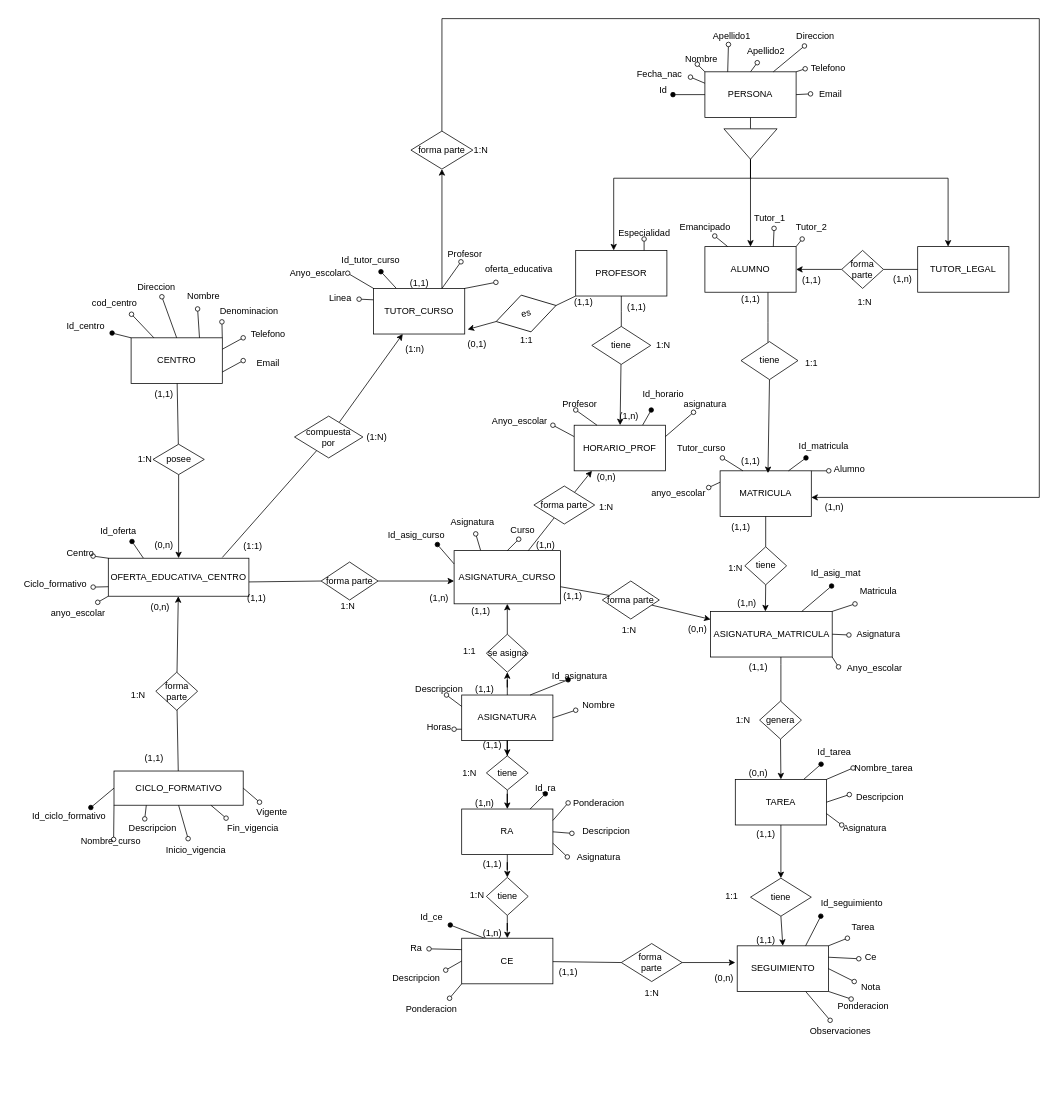
This is SENECA.drawio from Raquelfefer/SENECA, a draw.io file, before an edit. Source tidied: cells renumbered, new cells numbered last; positions are measured from the earlier drawing's top-left corner, leaving out a move shared by most shapes. Both pictures are drawn from the tidied source at 76%, with x=0, y=0 at pixel (13, 18).
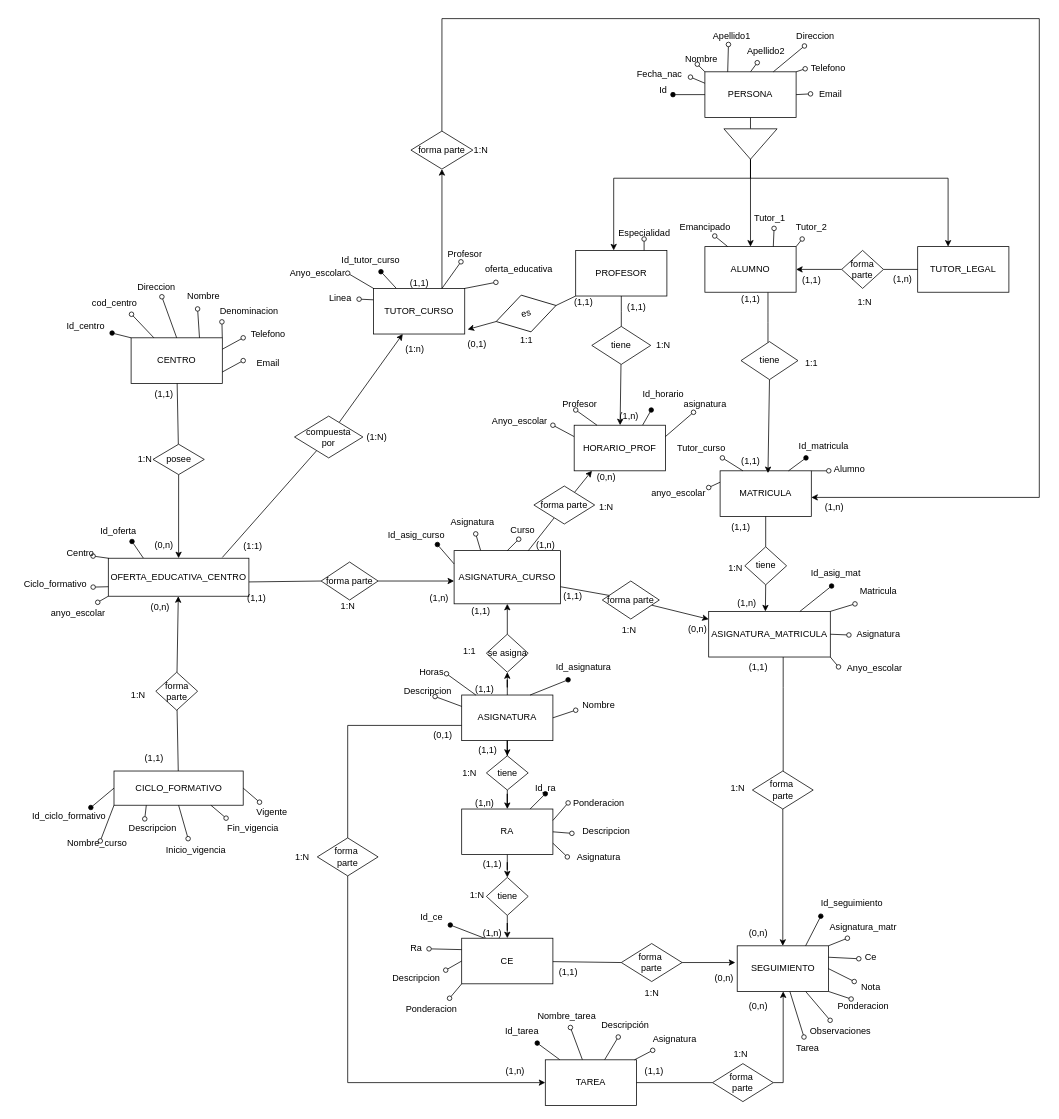
Above is the later version.

The change refers to these unchanged cells:
```xml
<mxCell id="27" value="ASIGNATURA" style="rounded=0;whiteSpace=wrap;html=1;" parent="1" vertex="1">
  <mxGeometry x="590" y="890" width="120" height="60" as="geometry" />
</mxCell>
<mxCell id="34" value="SEGUIMIENTO" style="rounded=0;whiteSpace=wrap;html=1;" parent="1" vertex="1">
  <mxGeometry x="952.5" y="1220" width="120" height="60" as="geometry" />
</mxCell>
```

The edit, as a diff of the source:
```diff
@@
+    <mxCell id="278" style="edgeStyle=orthogonalEdgeStyle;rounded=0;jettySize=auto;html=1;endArrow=classic;startFill=0;endFill=1;exitX=1;exitY=0.5;exitDx=0;exitDy=0;" parent="1" edge="1" source="285" target="34">
+      <mxGeometry relative="1" as="geometry">
+        <Array as="points">
+          <mxPoint x="1013" y="1400" />
+        </Array>
+      </mxGeometry>
+    </mxCell>
-    <mxCell id="35" style="edgeStyle=none;rounded=0;jettySize=auto;html=1;exitX=0.75;exitY=0;exitDx=0;exitDy=0;endArrow=oval;endFill=1;" parent="1" edge="1" source="36" target="205">
+    <mxCell id="35" style="rounded=0;jettySize=auto;html=1;endArrow=oval;endFill=1;" parent="1" edge="1" source="36" target="205">
       <mxGeometry relative="1" as="geometry" />
     </mxCell>
+    <mxCell id="209" style="rounded=0;jettySize=auto;html=1;endArrow=oval;endFill=0;" parent="1" edge="1" source="36" target="206">
+      <mxGeometry relative="1" as="geometry" />
+    </mxCell>
+    <mxCell id="279" style="rounded=0;jettySize=auto;html=1;endArrow=oval;endFill=0;" parent="1" edge="1" source="36" target="286">
+      <mxGeometry relative="1" as="geometry" />
+    </mxCell>
+    <mxCell id="280" style="edgeStyle=orthogonalEdgeStyle;rounded=0;jettySize=auto;html=1;endArrow=none;startFill=0;startArrow=none;" parent="1" edge="1" source="295" target="27">
+      <mxGeometry relative="1" as="geometry">
+        <Array as="points">
+          <mxPoint x="440" y="930" />
+        </Array>
+      </mxGeometry>
+    </mxCell>
     <mxCell id="36" value="TAREA" style="rounded=0;whiteSpace=wrap;html=1;" parent="1" vertex="1">
-      <mxGeometry x="950" y="1001" width="120" height="60" as="geometry" />
+      <mxGeometry x="700" y="1370" width="120" height="60" as="geometry" />
     </mxCell>
+    <mxCell id="281" style="edgeStyle=orthogonalEdgeStyle;rounded=0;jettySize=auto;html=1;endArrow=none;startFill=0;" parent="1" edge="1" source="37" target="283">
+      <mxGeometry relative="1" as="geometry">
+        <Array as="points">
+          <mxPoint x="1013" y="880" />
+          <mxPoint x="1013" y="880" />
+        </Array>
+      </mxGeometry>
+    </mxCell>
     <mxCell id="37" value="ASIGNATURA_MATRICULA" style="rounded=0;whiteSpace=wrap;html=1;" parent="1" vertex="1">
-      <mxGeometry x="917.5" y="780" width="160" height="60" as="geometry" />
+      <mxGeometry x="915" y="780" width="160" height="60" as="geometry" />
     </mxCell>
@@
-    <mxCell id="73" style="edgeStyle=orthogonalEdgeStyle;rounded=0;jettySize=auto;html=1;endArrow=none;startFill=0;" parent="1" edge="1" source="37" target="75">
-      <mxGeometry relative="1" as="geometry">
-        <Array as="points">
-          <mxPoint x="1010" y="850" />
-          <mxPoint x="1010" y="850" />
-        </Array>
-      </mxGeometry>
-    </mxCell>
-    <mxCell id="74" style="edgeStyle=none;rounded=0;jettySize=auto;html=1;exitX=0.5;exitY=1;exitDx=0;exitDy=0;entryX=0.5;entryY=0;entryDx=0;entryDy=0;" parent="1" edge="1" source="75" target="36">
-      <mxGeometry relative="1" as="geometry" />
-    </mxCell>
-    <mxCell id="75" value="genera" style="rhombus;whiteSpace=wrap;html=1;" parent="1" vertex="1">
-      <mxGeometry x="982" y="898" width="55" height="50" as="geometry" />
-    </mxCell>
-    <mxCell id="76" style="edgeStyle=orthogonalEdgeStyle;rounded=0;jettySize=auto;html=1;" parent="1" edge="1" source="36" target="78">
-      <mxGeometry relative="1" as="geometry" />
-    </mxCell>
-    <mxCell id="77" style="edgeStyle=none;rounded=0;jettySize=auto;html=1;exitX=0.5;exitY=1;exitDx=0;exitDy=0;entryX=0.5;entryY=0;entryDx=0;entryDy=0;" parent="1" edge="1" source="78" target="34">
-      <mxGeometry relative="1" as="geometry" />
-    </mxCell>
-    <mxCell id="78" value="tiene" style="rhombus;whiteSpace=wrap;html=1;" parent="1" vertex="1">
-      <mxGeometry x="970" y="1131" width="80" height="50" as="geometry" />
-    </mxCell>
@@
     <mxCell id="130" value="Nombre_curso" style="text;html=1;align=center;verticalAlign=middle;points=[];strokeColor=none;fillColor=none;" parent="1" vertex="1">
-      <mxGeometry x="77.5" y="1068" width="100" height="30" as="geometry" />
+      <mxGeometry x="60" y="1070" width="100" height="30" as="geometry" />
     </mxCell>
@@
     <mxCell id="153" value="Id_asignatura" style="text;html=1;align=center;verticalAlign=middle;strokeColor=none;fillColor=none;" parent="1" vertex="1">
-      <mxGeometry x="695" y="850" width="100" height="30" as="geometry" />
+      <mxGeometry x="700" y="838" width="100" height="30" as="geometry" />
     </mxCell>
@@
     <mxCell id="155" value="Descripcion" style="text;html=1;align=center;verticalAlign=middle;points=[];strokeColor=none;fillColor=none;" parent="1" vertex="1">
-      <mxGeometry x="515" y="868" width="90" height="30" as="geometry" />
+      <mxGeometry x="500" y="870" width="90" height="30" as="geometry" />
     </mxCell>
     <mxCell id="156" value="Horas" style="text;html=1;align=center;verticalAlign=middle;points=[];strokeColor=none;fillColor=none;" parent="1" vertex="1">
-      <mxGeometry x="530" y="918" width="60" height="30" as="geometry" />
+      <mxGeometry x="520" y="845" width="60" height="30" as="geometry" />
     </mxCell>
@@
-    <mxCell id="160" style="edgeStyle=none;rounded=0;jettySize=auto;html=1;exitX=0;exitY=0.75;exitDx=0;exitDy=0;entryX=0.833;entryY=0.567;entryDx=0;entryDy=0;entryPerimeter=0;endArrow=oval;endFill=0;" parent="1" edge="1" source="27" target="156">
+    <mxCell id="160" style="edgeStyle=none;rounded=0;jettySize=auto;html=1;entryX=0.833;entryY=0.567;entryDx=0;entryDy=0;entryPerimeter=0;endArrow=oval;endFill=0;" parent="1" edge="1" source="27" target="156">
       <mxGeometry relative="1" as="geometry" />
     </mxCell>
@@
-    <mxCell id="205" value="Id_tarea" style="text;html=1;align=center;verticalAlign=middle;points=[];strokeColor=none;fillColor=none;" parent="1" vertex="1">
-      <mxGeometry x="1045" y="951" width="70" height="30" as="geometry" />
-    </mxCell>
-    <mxCell id="206" value="Nombre_tarea" style="text;html=1;align=center;verticalAlign=middle;points=[];strokeColor=none;fillColor=none;" parent="1" vertex="1">
-      <mxGeometry x="1095" y="971" width="100" height="30" as="geometry" />
-    </mxCell>
-    <mxCell id="207" value="Descripcion" style="text;html=1;align=center;verticalAlign=middle;points=[];strokeColor=none;fillColor=none;" parent="1" vertex="1">
-      <mxGeometry x="1095" y="1009" width="90" height="30" as="geometry" />
-    </mxCell>
-    <mxCell id="208" value="Asignatura" style="text;html=1;align=center;verticalAlign=middle;points=[];strokeColor=none;fillColor=none;" parent="1" vertex="1">
-      <mxGeometry x="1080" y="1051" width="80" height="30" as="geometry" />
-    </mxCell>
-    <mxCell id="209" style="edgeStyle=none;rounded=0;jettySize=auto;html=1;exitX=1;exitY=0;exitDx=0;exitDy=0;entryX=0.1;entryY=0.5;entryDx=0;entryDy=0;entryPerimeter=0;endArrow=oval;endFill=0;" parent="1" edge="1" source="36" target="206">
-      <mxGeometry relative="1" as="geometry" />
-    </mxCell>
-    <mxCell id="210" style="edgeStyle=none;rounded=0;jettySize=auto;html=1;exitX=1;exitY=0.5;exitDx=0;exitDy=0;entryX=0.056;entryY=0.4;entryDx=0;entryDy=0;entryPerimeter=0;endArrow=oval;endFill=0;" parent="1" edge="1" source="36" target="207">
-      <mxGeometry relative="1" as="geometry" />
-    </mxCell>
-    <mxCell id="211" style="edgeStyle=none;rounded=0;jettySize=auto;html=1;exitX=1;exitY=0.75;exitDx=0;exitDy=0;entryX=0.125;entryY=0.333;entryDx=0;entryDy=0;entryPerimeter=0;endArrow=oval;endFill=0;" parent="1" edge="1" source="36" target="208">
-      <mxGeometry relative="1" as="geometry" />
-    </mxCell>
@@
-    <mxCell id="213" value="Tarea" style="text;html=1;align=center;verticalAlign=middle;strokeColor=none;fillColor=none;" parent="1" vertex="1">
-      <mxGeometry x="1092.5" y="1181" width="50" height="30" as="geometry" />
+    <mxCell id="213" value="Asignatura_matr" style="text;html=1;align=center;verticalAlign=middle;strokeColor=none;fillColor=none;" parent="1" vertex="1">
+      <mxGeometry x="1062.5" y="1181" width="110" height="30" as="geometry" />
     </mxCell>
@@
-    <mxCell id="247" value="(1,1)" style="text;html=1;align=center;verticalAlign=middle;strokeColor=none;fillColor=none;" parent="1" vertex="1">
-      <mxGeometry x="965" y="1058" width="50" height="30" as="geometry" />
-    </mxCell>
-    <mxCell id="248" value="(1,1)" style="text;html=1;align=center;verticalAlign=middle;strokeColor=none;fillColor=none;" parent="1" vertex="1">
-      <mxGeometry x="965" y="1198" width="50" height="30" as="geometry" />
-    </mxCell>
-    <mxCell id="249" value="1:1" style="text;html=1;align=center;verticalAlign=middle;strokeColor=none;fillColor=none;" parent="1" vertex="1">
-      <mxGeometry x="925" y="1140" width="40" height="30" as="geometry" />
-    </mxCell>
@@
-    <mxCell id="266" value="(1,1)" style="text;html=1;align=center;verticalAlign=middle;strokeColor=none;fillColor=none;" parent="1" vertex="1">
-      <mxGeometry x="955" y="838" width="50" height="30" as="geometry" />
-    </mxCell>
-    <mxCell id="267" value="1:N" style="text;html=1;align=center;verticalAlign=middle;strokeColor=none;fillColor=none;" parent="1" vertex="1">
-      <mxGeometry x="940" y="908" width="40" height="30" as="geometry" />
-    </mxCell>
-    <mxCell id="268" value="(0,n)" style="text;html=1;align=center;verticalAlign=middle;strokeColor=none;fillColor=none;" parent="1" vertex="1">
-      <mxGeometry x="955" y="978" width="50" height="30" as="geometry" />
-    </mxCell>
@@
     <mxCell id="272" value="(1,1)" style="text;html=1;align=center;verticalAlign=middle;strokeColor=none;fillColor=none;" parent="1" vertex="1">
-      <mxGeometry x="605" y="941" width="50" height="30" as="geometry" />
+      <mxGeometry x="599" y="948" width="50" height="30" as="geometry" />
     </mxCell>
@@
+    <mxCell id="282" style="edgeStyle=orthogonalEdgeStyle;rounded=0;jettySize=auto;html=1;" parent="1" edge="1" source="283" target="34">
+      <mxGeometry relative="1" as="geometry" />
+    </mxCell>
+    <mxCell id="283" value="forma&amp;nbsp;&lt;div&gt;parte&lt;/div&gt;" style="rhombus;whiteSpace=wrap;html=1;" parent="1" vertex="1">
+      <mxGeometry x="972.5" y="990" width="80" height="50" as="geometry" />
+    </mxCell>
+    <mxCell id="205" value="Id_tarea" style="text;html=1;align=center;verticalAlign=middle;points=[];strokeColor=none;fillColor=none;" parent="1" vertex="1">
+      <mxGeometry x="634" y="1318" width="70" height="30" as="geometry" />
+    </mxCell>
+    <mxCell id="206" value="Nombre_tarea" style="text;html=1;align=center;verticalAlign=middle;points=[];strokeColor=none;fillColor=none;" parent="1" vertex="1">
+      <mxGeometry x="677.5" y="1297.5" width="100" height="30" as="geometry" />
+    </mxCell>
+    <mxCell id="284" style="edgeStyle=orthogonalEdgeStyle;rounded=0;jettySize=auto;html=1;endArrow=none;startFill=0;endFill=1;" parent="1" edge="1" source="36" target="285">
+      <mxGeometry relative="1" as="geometry" />
+    </mxCell>
+    <mxCell id="285" value="forma&amp;nbsp;&lt;div&gt;parte&lt;/div&gt;" style="rhombus;whiteSpace=wrap;html=1;" parent="1" vertex="1">
+      <mxGeometry x="920" y="1375" width="80" height="50" as="geometry" />
+    </mxCell>
+    <mxCell id="286" value="Descripción" style="text;html=1;align=center;verticalAlign=middle;points=[];strokeColor=none;fillColor=none;" parent="1" vertex="1">
+      <mxGeometry x="760" y="1310" width="90" height="30" as="geometry" />
+    </mxCell>
+    <mxCell id="287" value="(1,1)" style="text;html=1;align=center;verticalAlign=middle;strokeColor=none;fillColor=none;" parent="1" vertex="1">
+      <mxGeometry x="818" y="1370" width="50" height="30" as="geometry" />
+    </mxCell>
+    <mxCell id="288" value="(0,n)" style="text;html=1;align=center;verticalAlign=middle;strokeColor=none;fillColor=none;" parent="1" vertex="1">
+      <mxGeometry x="955" y="1285" width="50" height="30" as="geometry" />
+    </mxCell>
+    <mxCell id="289" value="1:N" style="text;html=1;align=center;verticalAlign=middle;strokeColor=none;fillColor=none;" parent="1" vertex="1">
+      <mxGeometry x="937" y="1348" width="40" height="30" as="geometry" />
+    </mxCell>
+    <mxCell id="290" value="1:N" style="text;html=1;align=center;verticalAlign=middle;strokeColor=none;fillColor=none;" parent="1" vertex="1">
+      <mxGeometry x="932.5" y="998" width="40" height="30" as="geometry" />
+    </mxCell>
+    <mxCell id="266" value="(1,1)" style="text;html=1;align=center;verticalAlign=middle;strokeColor=none;fillColor=none;" parent="1" vertex="1">
+      <mxGeometry x="955" y="838" width="50" height="30" as="geometry" />
+    </mxCell>
+    <mxCell id="291" value="(0,n)" style="text;html=1;align=center;verticalAlign=middle;strokeColor=none;fillColor=none;" parent="1" vertex="1">
+      <mxGeometry x="955" y="1188" width="50" height="30" as="geometry" />
+    </mxCell>
+    <mxCell id="292" value="Tarea" style="text;html=1;align=center;verticalAlign=middle;points=[];strokeColor=none;fillColor=none;" parent="1" vertex="1">
+      <mxGeometry x="1020" y="1340" width="50" height="30" as="geometry" />
+    </mxCell>
+    <mxCell id="293" style="rounded=0;jettySize=auto;html=1;endArrow=oval;endFill=0;" parent="1" edge="1" source="34" target="292">
+      <mxGeometry relative="1" as="geometry" />
+    </mxCell>
+    <mxCell id="294" style="edgeStyle=orthogonalEdgeStyle;rounded=0;jettySize=auto;html=1;endArrow=none;startFill=1;startArrow=classic;" parent="1" edge="1" source="36" target="295">
+      <mxGeometry relative="1" as="geometry">
+        <Array as="points">
+          <mxPoint x="440" y="1400" />
+        </Array>
+      </mxGeometry>
+    </mxCell>
+    <mxCell id="295" value="forma&amp;nbsp;&lt;div&gt;parte&lt;/div&gt;" style="rhombus;whiteSpace=wrap;html=1;" parent="1" vertex="1">
+      <mxGeometry x="400" y="1078" width="80" height="50" as="geometry" />
+    </mxCell>
+    <mxCell id="211" style="rounded=0;jettySize=auto;html=1;endArrow=oval;endFill=0;" parent="1" edge="1" source="36" target="208">
+      <mxGeometry relative="1" as="geometry" />
+    </mxCell>
+    <mxCell id="208" value="Asignatura" style="text;html=1;align=center;verticalAlign=middle;points=[];strokeColor=none;fillColor=none;" parent="1" vertex="1">
+      <mxGeometry x="830" y="1327.5" width="80" height="30" as="geometry" />
+    </mxCell>
+    <mxCell id="296" value="1:N" style="text;html=1;align=center;verticalAlign=middle;strokeColor=none;fillColor=none;" parent="1" vertex="1">
+      <mxGeometry x="360" y="1088" width="40" height="30" as="geometry" />
+    </mxCell>
+    <mxCell id="297" value="(0,1)" style="text;html=1;align=center;verticalAlign=middle;strokeColor=none;fillColor=none;" parent="1" vertex="1">
+      <mxGeometry x="540" y="928" width="50" height="30" as="geometry" />
+    </mxCell>
+    <mxCell id="298" value="(1,n)" style="text;html=1;align=center;verticalAlign=middle;strokeColor=none;fillColor=none;" parent="1" vertex="1">
+      <mxGeometry x="635" y="1370" width="50" height="30" as="geometry" />
+    </mxCell>
```
